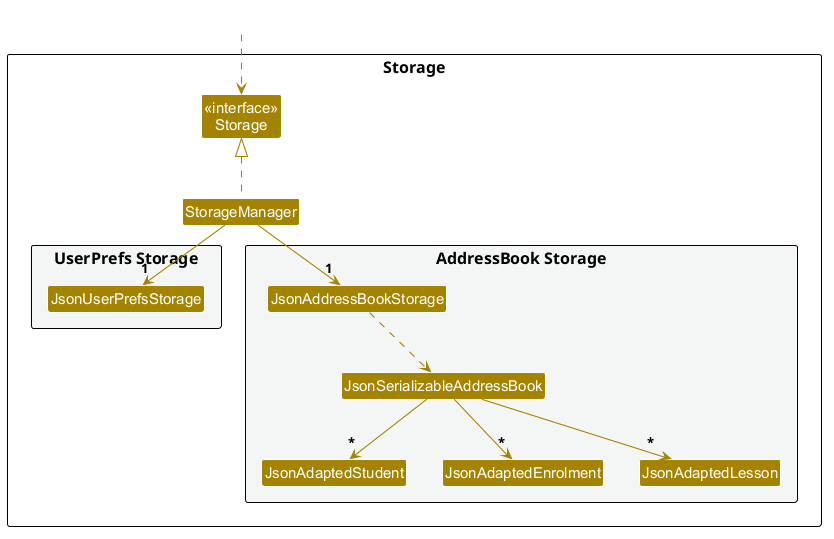
Earlier version of the PlantUML export docs/images/StorageClassDiagram.png (AY2627S1-CS2103T-F13-1/tp).
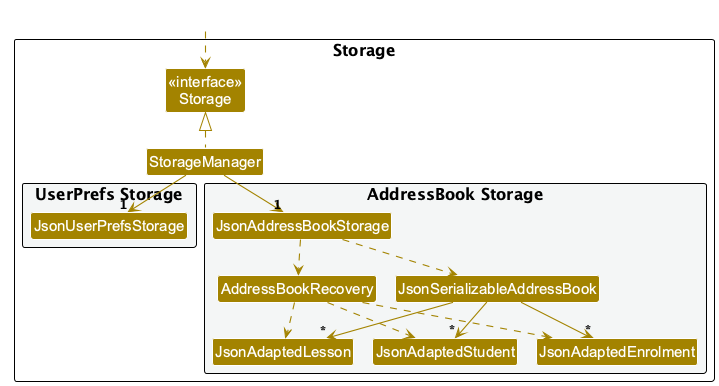
Later version of the same file.

Commit message:
Update storage documentation and diagram

The edit, as a diff of the source:
```diff
@@ -1,4 +1,5 @@
 @startuml
+!pragma layout smetana
 !include style.puml
 skinparam arrowThickness 1.1
 skinparam arrowColor STORAGE_COLOR
@@ -15,6 +16,7 @@
 
 package "AddressBook Storage" #F4F6F6{
 Class JsonAddressBookStorage
+Class AddressBookRecovery
 Class JsonSerializableAddressBook
 Class JsonAdaptedStudent
 Class JsonAdaptedEnrolment
@@ -31,6 +33,10 @@
 StorageManager -down-> "1" JsonAddressBookStorage
 
 JsonAddressBookStorage ..> JsonSerializableAddressBook
+JsonAddressBookStorage ..> AddressBookRecovery
+AddressBookRecovery ..> JsonAdaptedStudent
+AddressBookRecovery ..> JsonAdaptedEnrolment
+AddressBookRecovery ..> JsonAdaptedLesson
 JsonSerializableAddressBook --> "*" JsonAdaptedStudent
 JsonSerializableAddressBook --> "*" JsonAdaptedEnrolment
 JsonSerializableAddressBook --> "*" JsonAdaptedLesson
```
